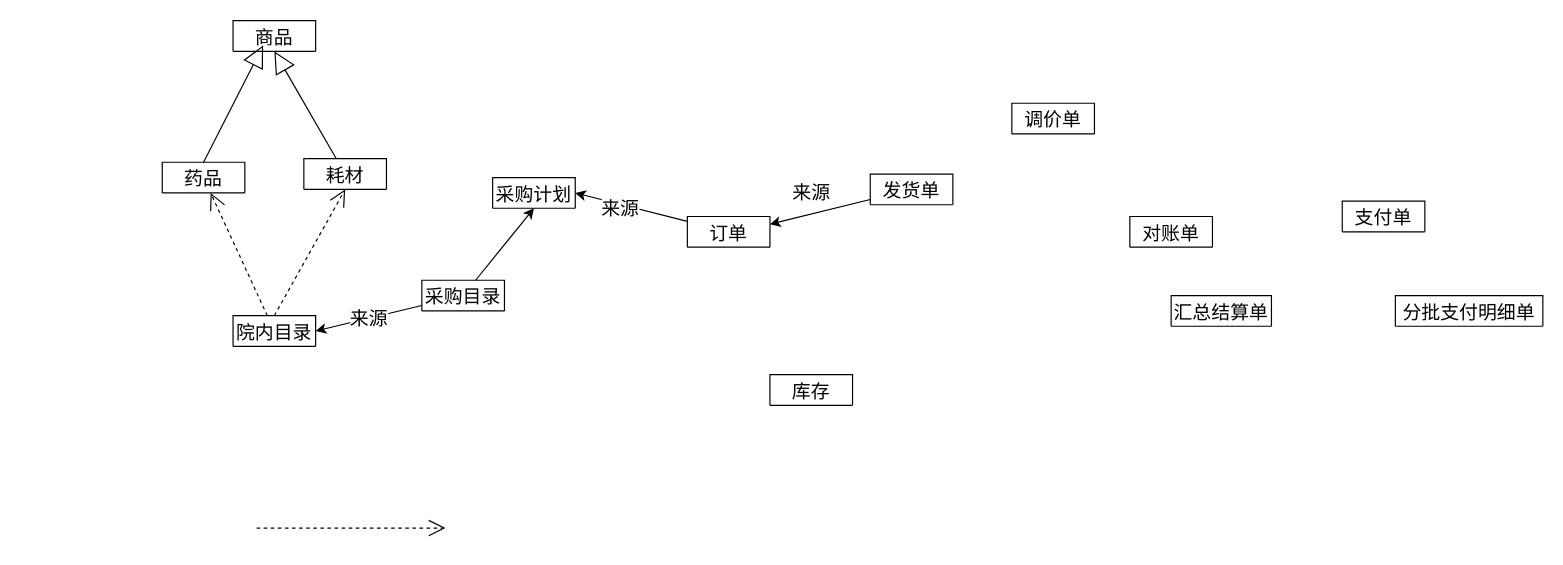
Before: Untitled Diagram.drawio in liaosg/test, a draw.io diagram. Source tidied: cells renumbered, new cells numbered last; positions are measured from the earlier drawing's top-left corner, leaving out a move shared by most shapes. Both pictures are drawn from the tidied source at 118%, with x=0, y=0 at pixel (162, 20).
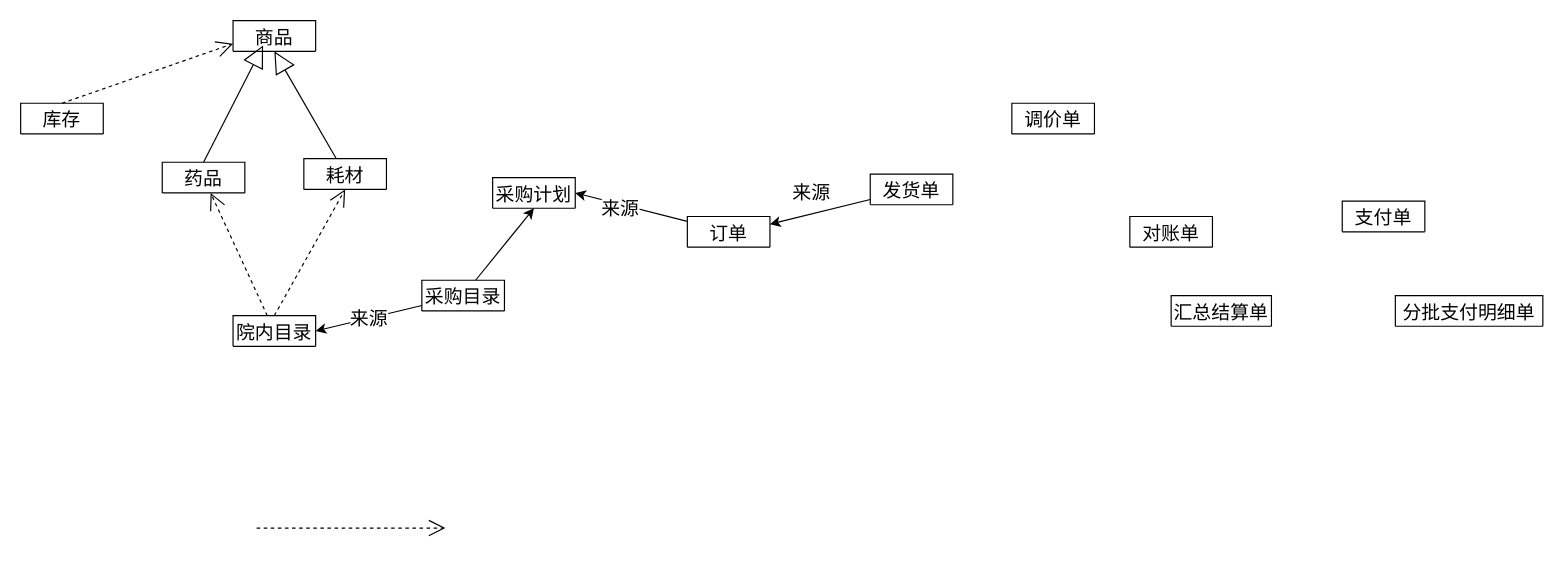
Above is the later version.

Unchanged cells that the change refers to:
```xml
<mxCell id="2" value="商品" style="swimlane;fontStyle=0;horizontal=1;startSize=26;fillColor=none;fontSize=16;" parent="1" vertex="1" collapsed="1">
  <mxGeometry x="60" width="70" height="26" as="geometry" />
</mxCell>
```

Diff of the diagram source:
```diff
@@
     <mxCell id="13" value="库存" style="swimlane;fontStyle=0;horizontal=1;startSize=26;fillColor=none;fontSize=16;" parent="1" vertex="1" collapsed="1">
-      <mxGeometry x="515" y="300" width="70" height="26" as="geometry" />
+      <mxGeometry x="-120" y="70" width="70" height="26" as="geometry" />
     </mxCell>
@@
+    <mxCell id="27" style="endArrow=open;endSize=12;dashed=1;html=1;fontSize=16;entryX=0;entryY=0.75;entryDx=0;entryDy=0;exitX=0.5;exitY=0;exitDx=0;exitDy=0;" parent="1" edge="1" source="13" target="2">
+      <mxGeometry relative="1" as="geometry" />
+    </mxCell>
```
